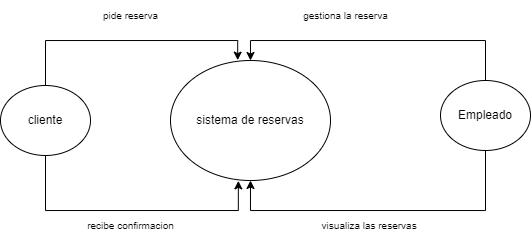
This is DFD-Painball-nivel0.drawio.png from Jairo-Carbajal/Paintball-Qualit, a draw.io export, as it was before one commit. Source tidied: cells renumbered, new cells last; positions are measured from the earlier drawing's top-left corner, leaving out a move shared by most shapes. The source it was exported from:
```xml
<mxGraphModel>
  <root>
    <mxCell id="0" />
    <mxCell id="1" parent="0" />
    <mxCell id="2" style="edgeStyle=orthogonalEdgeStyle;rounded=0;jettySize=auto;html=1;entryX=0.5;entryY=0;entryDx=0;entryDy=0;exitX=0.5;exitY=0;exitDx=0;exitDy=0;" parent="1" edge="1" source="4" target="6">
      <mxGeometry relative="1" as="geometry">
        <Array as="points">
          <mxPoint x="485" y="40" />
          <mxPoint x="250" y="40" />
        </Array>
      </mxGeometry>
    </mxCell>
    <mxCell id="3" style="edgeStyle=orthogonalEdgeStyle;rounded=0;jettySize=auto;html=1;entryX=0.5;entryY=1;entryDx=0;entryDy=0;exitX=0.5;exitY=1;exitDx=0;exitDy=0;" parent="1" edge="1" source="4" target="6">
      <mxGeometry relative="1" as="geometry">
        <Array as="points">
          <mxPoint x="485" y="210" />
          <mxPoint x="250" y="210" />
        </Array>
      </mxGeometry>
    </mxCell>
    <mxCell id="4" value="Empleado" style="ellipse;whiteSpace=wrap;html=1;" parent="1" vertex="1">
      <mxGeometry x="440" y="80" width="90" height="70" as="geometry" />
    </mxCell>
    <mxCell id="5" value="cliente" style="ellipse;whiteSpace=wrap;html=1;" parent="1" vertex="1">
      <mxGeometry y="85" width="90" height="70" as="geometry" />
    </mxCell>
    <mxCell id="6" value="sistema de reservas" style="ellipse;whiteSpace=wrap;html=1;" parent="1" vertex="1">
      <mxGeometry x="170" y="60" width="160" height="120" as="geometry" />
    </mxCell>
    <mxCell id="7" style="edgeStyle=orthogonalEdgeStyle;rounded=0;jettySize=auto;html=1;entryX=0.42;entryY=-0.003;entryDx=0;entryDy=0;entryPerimeter=0;exitX=0.5;exitY=0;exitDx=0;exitDy=0;" parent="1" edge="1" source="5" target="6">
      <mxGeometry relative="1" as="geometry" />
    </mxCell>
    <mxCell id="8" value="&lt;font style=&quot;font-size: 10px;&quot;&gt;pide reserva&lt;/font&gt;" style="text;html=1;align=center;verticalAlign=middle;strokeColor=none;fillColor=none;" parent="1" vertex="1">
      <mxGeometry x="90" width="80" height="30" as="geometry" />
    </mxCell>
    <mxCell id="9" value="&lt;font size=&quot;1&quot;&gt;gestiona la reserva&lt;/font&gt;" style="text;html=1;align=center;verticalAlign=middle;strokeColor=none;fillColor=none;" parent="1" vertex="1">
      <mxGeometry x="290" width="110" height="30" as="geometry" />
    </mxCell>
    <mxCell id="10" value="&lt;font style=&quot;font-size: 10px;&quot;&gt;visualiza las reservas&amp;nbsp;&lt;/font&gt;" style="text;html=1;align=center;verticalAlign=middle;strokeColor=none;fillColor=none;" parent="1" vertex="1">
      <mxGeometry x="310" y="210" width="120" height="30" as="geometry" />
    </mxCell>
    <mxCell id="11" style="edgeStyle=orthogonalEdgeStyle;rounded=0;jettySize=auto;html=1;entryX=0.424;entryY=1.003;entryDx=0;entryDy=0;entryPerimeter=0;exitX=0.5;exitY=1;exitDx=0;exitDy=0;" parent="1" edge="1" source="5" target="6">
      <mxGeometry relative="1" as="geometry">
        <Array as="points">
          <mxPoint x="45" y="210" />
          <mxPoint x="238" y="210" />
        </Array>
      </mxGeometry>
    </mxCell>
    <mxCell id="12" value="&lt;font style=&quot;font-size: 10px;&quot;&gt;recibe confirmacion&lt;/font&gt;" style="text;html=1;align=center;verticalAlign=middle;strokeColor=none;fillColor=none;" parent="1" vertex="1">
      <mxGeometry x="75" y="210" width="110" height="30" as="geometry" />
    </mxCell>
  </root>
</mxGraphModel>
```
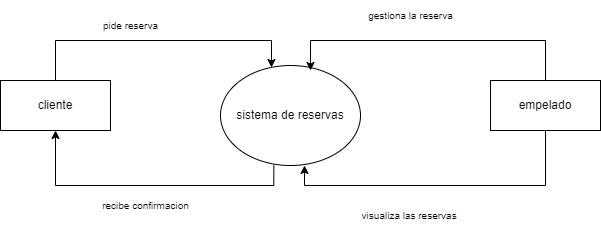
The same file after the commit.

What changed in the source:
```diff
@@ -2,53 +2,50 @@
   <root>
     <mxCell id="0" />
     <mxCell id="1" parent="0" />
-    <mxCell id="2" style="edgeStyle=orthogonalEdgeStyle;rounded=0;jettySize=auto;html=1;entryX=0.5;entryY=0;entryDx=0;entryDy=0;exitX=0.5;exitY=0;exitDx=0;exitDy=0;" parent="1" edge="1" source="4" target="6">
-      <mxGeometry relative="1" as="geometry">
-        <Array as="points">
-          <mxPoint x="485" y="40" />
-          <mxPoint x="250" y="40" />
-        </Array>
-      </mxGeometry>
-    </mxCell>
-    <mxCell id="3" style="edgeStyle=orthogonalEdgeStyle;rounded=0;jettySize=auto;html=1;entryX=0.5;entryY=1;entryDx=0;entryDy=0;exitX=0.5;exitY=1;exitDx=0;exitDy=0;" parent="1" edge="1" source="4" target="6">
-      <mxGeometry relative="1" as="geometry">
-        <Array as="points">
-          <mxPoint x="485" y="210" />
-          <mxPoint x="250" y="210" />
-        </Array>
-      </mxGeometry>
-    </mxCell>
-    <mxCell id="4" value="Empleado" style="ellipse;whiteSpace=wrap;html=1;" parent="1" vertex="1">
-      <mxGeometry x="440" y="80" width="90" height="70" as="geometry" />
-    </mxCell>
-    <mxCell id="5" value="cliente" style="ellipse;whiteSpace=wrap;html=1;" parent="1" vertex="1">
-      <mxGeometry y="85" width="90" height="70" as="geometry" />
-    </mxCell>
+    <mxCell id="13" style="edgeStyle=orthogonalEdgeStyle;rounded=0;jettySize=auto;html=1;entryX=0.5;entryY=1;entryDx=0;entryDy=0;exitX=0.381;exitY=0.997;exitDx=0;exitDy=0;exitPerimeter=0;" parent="1" edge="1" source="6" target="5">
+      <mxGeometry relative="1" as="geometry" />
+    </mxCell>
     <mxCell id="6" value="sistema de reservas" style="ellipse;whiteSpace=wrap;html=1;" parent="1" vertex="1">
-      <mxGeometry x="170" y="60" width="160" height="120" as="geometry" />
+      <mxGeometry x="-110" y="15" width="140" height="100" as="geometry" />
     </mxCell>
-    <mxCell id="7" style="edgeStyle=orthogonalEdgeStyle;rounded=0;jettySize=auto;html=1;entryX=0.42;entryY=-0.003;entryDx=0;entryDy=0;entryPerimeter=0;exitX=0.5;exitY=0;exitDx=0;exitDy=0;" parent="1" edge="1" source="5" target="6">
-      <mxGeometry relative="1" as="geometry" />
-    </mxCell>
     <mxCell id="8" value="&lt;font style=&quot;font-size: 10px;&quot;&gt;pide reserva&lt;/font&gt;" style="text;html=1;align=center;verticalAlign=middle;strokeColor=none;fillColor=none;" parent="1" vertex="1">
-      <mxGeometry x="90" width="80" height="30" as="geometry" />
+      <mxGeometry x="-240" y="-40" width="80" height="30" as="geometry" />
     </mxCell>
     <mxCell id="9" value="&lt;font size=&quot;1&quot;&gt;gestiona la reserva&lt;/font&gt;" style="text;html=1;align=center;verticalAlign=middle;strokeColor=none;fillColor=none;" parent="1" vertex="1">
-      <mxGeometry x="290" width="110" height="30" as="geometry" />
+      <mxGeometry x="25" y="-50" width="110" height="30" as="geometry" />
     </mxCell>
     <mxCell id="10" value="&lt;font style=&quot;font-size: 10px;&quot;&gt;visualiza las reservas&amp;nbsp;&lt;/font&gt;" style="text;html=1;align=center;verticalAlign=middle;strokeColor=none;fillColor=none;" parent="1" vertex="1">
-      <mxGeometry x="310" y="210" width="120" height="30" as="geometry" />
+      <mxGeometry x="20" y="150" width="120" height="30" as="geometry" />
     </mxCell>
-    <mxCell id="11" style="edgeStyle=orthogonalEdgeStyle;rounded=0;jettySize=auto;html=1;entryX=0.424;entryY=1.003;entryDx=0;entryDy=0;entryPerimeter=0;exitX=0.5;exitY=1;exitDx=0;exitDy=0;" parent="1" edge="1" source="5" target="6">
-      <mxGeometry relative="1" as="geometry">
-        <Array as="points">
-          <mxPoint x="45" y="210" />
-          <mxPoint x="238" y="210" />
-        </Array>
-      </mxGeometry>
-    </mxCell>
     <mxCell id="12" value="&lt;font style=&quot;font-size: 10px;&quot;&gt;recibe confirmacion&lt;/font&gt;" style="text;html=1;align=center;verticalAlign=middle;strokeColor=none;fillColor=none;" parent="1" vertex="1">
-      <mxGeometry x="75" y="210" width="110" height="30" as="geometry" />
+      <mxGeometry x="-240" y="140" width="110" height="30" as="geometry" />
     </mxCell>
+    <mxCell id="14" style="edgeStyle=orthogonalEdgeStyle;rounded=0;jettySize=auto;html=1;entryX=0.364;entryY=0.02;entryDx=0;entryDy=0;entryPerimeter=0;exitX=0.5;exitY=0;exitDx=0;exitDy=0;" parent="1" edge="1" target="6">
+      <mxGeometry relative="1" as="geometry">
+        <mxPoint x="-275" y="30" as="sourcePoint" />
+        <Array as="points">
+          <mxPoint x="-275" y="-10" />
+          <mxPoint x="-59" y="-10" />
+        </Array>
+      </mxGeometry>
+    </mxCell>
+    <mxCell id="15" style="edgeStyle=orthogonalEdgeStyle;rounded=0;jettySize=auto;html=1;entryX=0.643;entryY=0.05;entryDx=0;entryDy=0;entryPerimeter=0;" parent="1" edge="1" target="6">
+      <mxGeometry relative="1" as="geometry">
+        <mxPoint x="215" y="30" as="sourcePoint" />
+        <Array as="points">
+          <mxPoint x="215" y="-10" />
+          <mxPoint x="-20" y="-10" />
+        </Array>
+      </mxGeometry>
+    </mxCell>
+    <mxCell id="16" style="edgeStyle=orthogonalEdgeStyle;rounded=0;jettySize=auto;html=1;entryX=0.6;entryY=1;entryDx=0;entryDy=0;entryPerimeter=0;exitX=0.5;exitY=1;exitDx=0;exitDy=0;" parent="1" edge="1" source="17" target="6">
+      <mxGeometry relative="1" as="geometry" />
+    </mxCell>
+    <mxCell id="5" value="cliente" style="rounded=0;whiteSpace=wrap;html=1;" parent="1" vertex="1">
+      <mxGeometry x="-330" y="30" width="110" height="50" as="geometry" />
+    </mxCell>
+    <mxCell id="17" value="empelado" style="rounded=0;whiteSpace=wrap;html=1;" parent="1" vertex="1">
+      <mxGeometry x="160" y="30" width="110" height="50" as="geometry" />
+    </mxCell>
   </root>
 </mxGraphModel>
```
